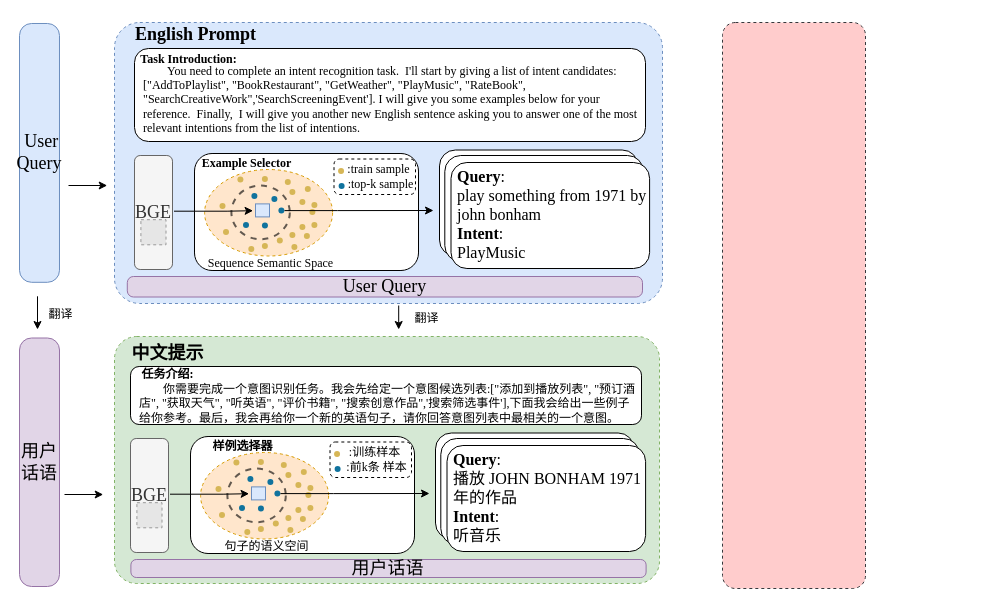
liweizhen111/GIt-GitHub_Note keeps this draw.io diagram as shiyan4.drawio. Above is the earlier version. Source tidied: cells renumbered, new cells numbered last; positions are measured from the earlier drawing's top-left corner, leaving out a move shared by most shapes. Both pictures are drawn from the tidied source at 100%, with x=0, y=0 at pixel (19, 17). Pictures stored in the file or linked from it are replaced by grey dashed boxes.
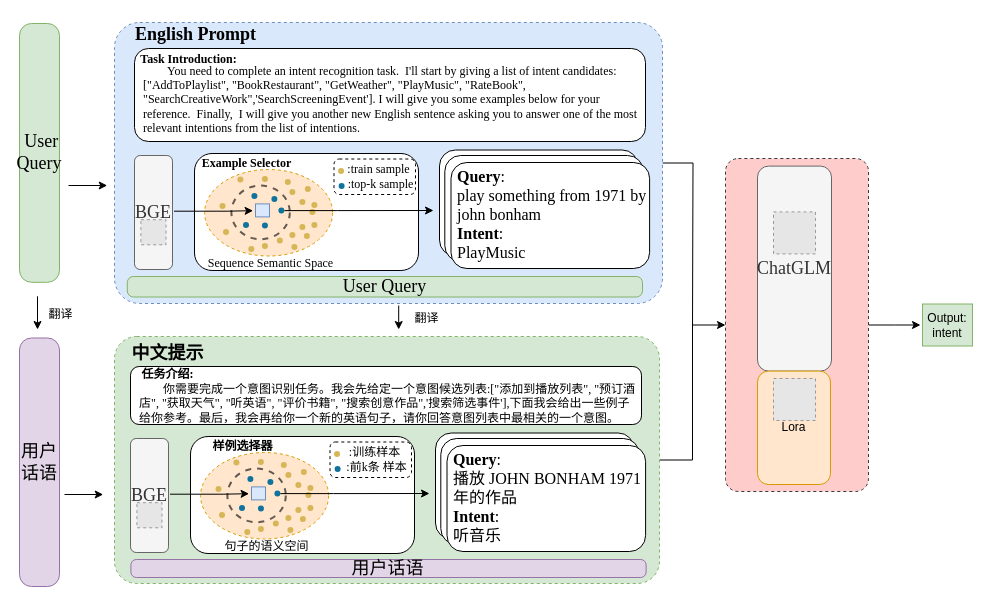
The same page after the edit.

Unchanged cells that the change refers to:
```xml
<mxCell id="3" style="rounded=1;whiteSpace=wrap;html=1;dashed=1;fillColor=#dae8fc;strokeColor=#6c8ebf;glass=0;shadow=0;arcSize=9;" parent="1" vertex="1">
  <mxGeometry x="95" y="5" width="548" height="281" as="geometry" />
</mxCell>
<mxCell id="50" style="rounded=1;whiteSpace=wrap;html=1;dashed=1;fillColor=#d5e8d4;strokeColor=#82b366;glass=0;shadow=0;arcSize=9;" parent="1" vertex="1">
  <mxGeometry x="95" y="319" width="545" height="247" as="geometry" />
</mxCell>
```

Diff of the diagram source:
```diff
@@
-    <mxCell id="2" value="&lt;font style=&quot;font-size: 18px;&quot; face=&quot;Times New Roman&quot;&gt;&amp;nbsp;User Query&lt;/font&gt;" style="rounded=1;whiteSpace=wrap;html=1;rotation=0;fillColor=#dae8fc;strokeColor=#6c8ebf;flipV=0;direction=south;arcSize=30;flipH=0;" parent="1" vertex="1">
+    <mxCell id="2" value="&lt;font style=&quot;font-size: 18px;&quot; face=&quot;Times New Roman&quot;&gt;&amp;nbsp;User Query&lt;/font&gt;" style="rounded=1;whiteSpace=wrap;html=1;rotation=0;fillColor=#d5e8d4;strokeColor=#82b366;flipV=0;direction=south;arcSize=30;flipH=0;" parent="1" vertex="1">
       <mxGeometry y="6" width="40" height="258.8" as="geometry" />
     </mxCell>
+    <mxCell id="107" style="edgeStyle=orthogonalEdgeStyle;rounded=0;jettySize=auto;html=1;exitX=1;exitY=0.5;exitDx=0;exitDy=0;endArrow=none;endFill=0;" parent="1" edge="1" source="3">
+      <mxGeometry relative="1" as="geometry">
+        <mxPoint x="673" y="312" as="targetPoint" />
+      </mxGeometry>
+    </mxCell>
@@
+    <mxCell id="108" style="edgeStyle=orthogonalEdgeStyle;rounded=0;jettySize=auto;html=1;exitX=1;exitY=0.5;exitDx=0;exitDy=0;" parent="1" edge="1" source="50" target="106">
+      <mxGeometry relative="1" as="geometry" />
+    </mxCell>
@@
-    <mxCell id="105" value="&lt;font face=&quot;Times New Roman&quot;&gt;&lt;span style=&quot;font-size: 18px;&quot;&gt;User Query&lt;/span&gt;&lt;/font&gt;" style="rounded=1;whiteSpace=wrap;html=1;rotation=0;fillColor=#e1d5e7;strokeColor=#9673a6;flipV=0;direction=south;arcSize=30;flipH=0;" parent="1" vertex="1">
+    <mxCell id="105" value="&lt;font face=&quot;Times New Roman&quot;&gt;&lt;span style=&quot;font-size: 18px;&quot;&gt;User Query&lt;/span&gt;&lt;/font&gt;" style="rounded=1;whiteSpace=wrap;html=1;rotation=0;flipV=0;direction=south;arcSize=30;flipH=0;fillColor=#d5e8d4;strokeColor=#82b366;" parent="1" vertex="1">
       <mxGeometry x="107.8" y="259" width="515.2" height="20.5" as="geometry" />
     </mxCell>
+    <mxCell id="109" style="edgeStyle=orthogonalEdgeStyle;rounded=0;jettySize=auto;html=1;" parent="1" edge="1" source="106">
+      <mxGeometry relative="1" as="geometry">
+        <mxPoint x="901" y="307.5" as="targetPoint" />
+      </mxGeometry>
+    </mxCell>
     <mxCell id="106" style="rounded=1;whiteSpace=wrap;html=1;dashed=1;fillColor=#ffcccc;strokeColor=#36393d;glass=0;shadow=0;arcSize=9;" parent="1" vertex="1">
-      <mxGeometry x="703" y="5" width="143" height="566" as="geometry" />
+      <mxGeometry x="706" y="141" width="143" height="333" as="geometry" />
     </mxCell>
+    <mxCell id="110" value="&lt;span style=&quot;font-family: &amp;quot;Times New Roman&amp;quot;; font-size: 18px;&quot;&gt;ChatGLM&lt;/span&gt;&lt;font face=&quot;Times New Roman&quot;&gt;&lt;span style=&quot;font-size: 18px;&quot;&gt;&lt;br&gt;&lt;/span&gt;&lt;/font&gt;" style="rounded=1;whiteSpace=wrap;html=1;fillColor=#f5f5f5;strokeColor=#666666;fontColor=#333333;" parent="1" vertex="1">
+      <mxGeometry x="738" y="148.6" width="74" height="205" as="geometry" />
+    </mxCell>
+    <mxCell id="111" style="fillColor=#E6E6E6;strokeColor=#999999;dashed=1;verticalLabelPosition=bottom;labelBackgroundColor=default;verticalAlign=top;" parent="1" vertex="1">
+      <mxGeometry x="754" y="194.4" width="42" height="42" as="geometry" />
+    </mxCell>
+    <mxCell id="112" value="Lora" style="rounded=1;whiteSpace=wrap;html=1;fillColor=#ffe6cc;strokeColor=#d79b00;" parent="1" vertex="1">
+      <mxGeometry x="738" y="353.6" width="73" height="113.4" as="geometry" />
+    </mxCell>
+    <mxCell id="113" style="fillColor=#E6E6E6;strokeColor=#999999;dashed=1;verticalLabelPosition=bottom;labelBackgroundColor=default;verticalAlign=top;" parent="1" vertex="1">
+      <mxGeometry x="754" y="361" width="42" height="42" as="geometry" />
+    </mxCell>
+    <mxCell id="114" value="Output:&lt;div&gt;intent&lt;/div&gt;" style="rounded=0;whiteSpace=wrap;html=1;fillColor=#d5e8d4;strokeColor=#82b366;" parent="1" vertex="1">
+      <mxGeometry x="903" y="286.5" width="50" height="42" as="geometry" />
+    </mxCell>
```
